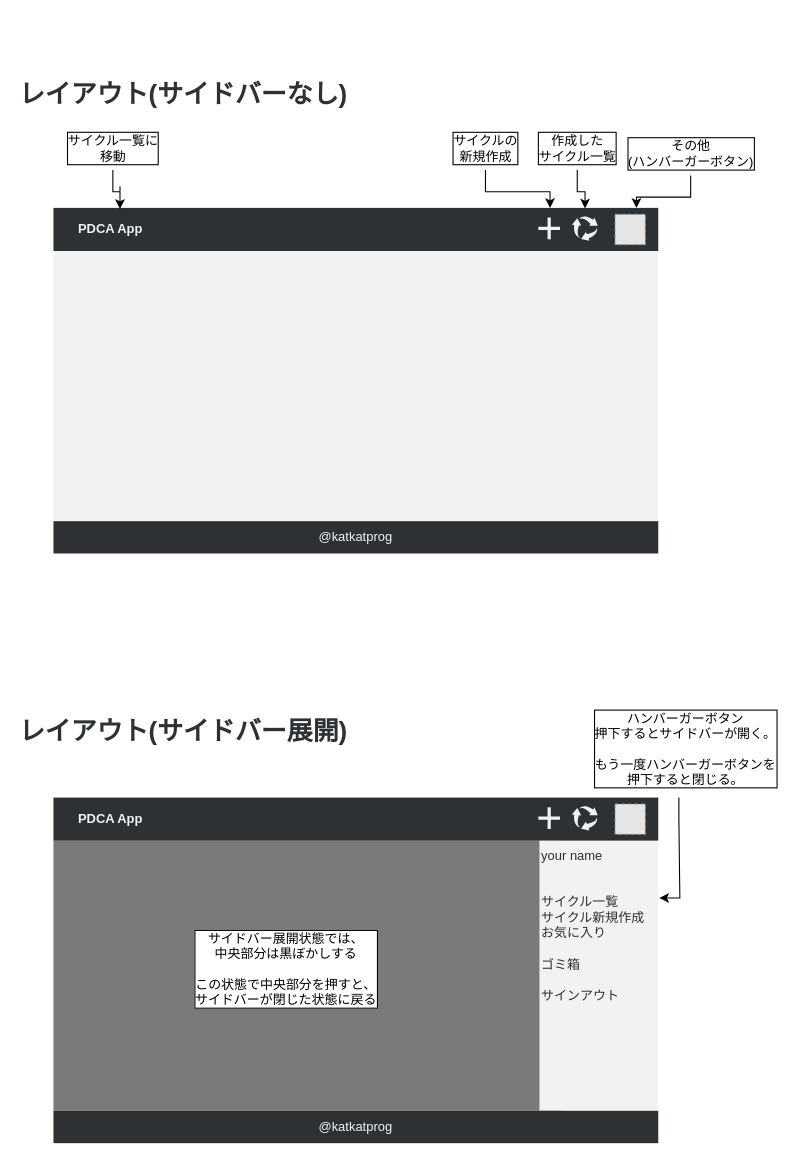
Earlier version of the draw.io diagram page "画面設計図(レイアウト ヘッダーあり)" (4 of 5) of ER.drawio (katkatprog/drowio). Source tidied: cells renumbered, new cells numbered last; positions are measured from the earlier drawing's top-left corner, leaving out a move shared by most shapes. Both pictures are drawn from the tidied source at 108%, with x=0, y=0 at pixel (53, 72). Pictures stored in the file or linked from it are replaced by grey dashed boxes.
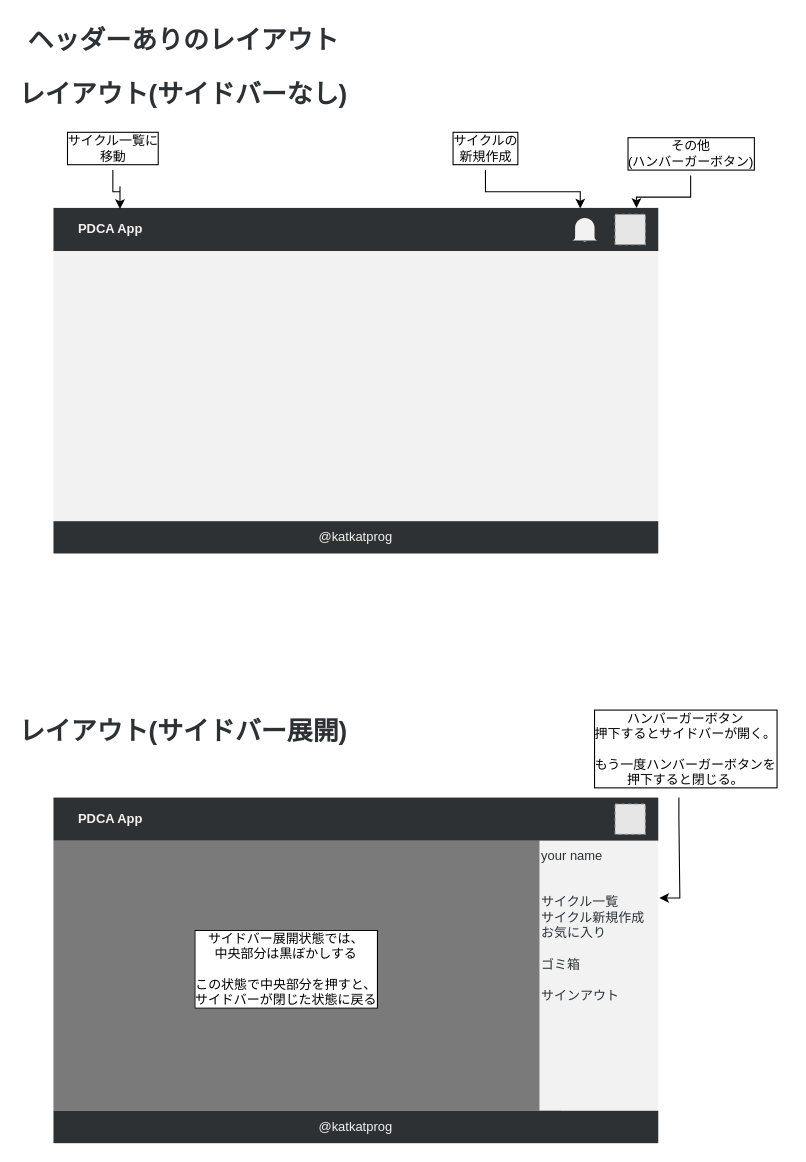
The same page after the edit.

Commit message:
ER.drawio を更新します

The change refers to these unchanged cells:
```xml
<mxCell id="3" style="shape=tableRow;horizontal=0;startSize=0;swimlaneHead=0;swimlaneBody=0;top=0;left=0;bottom=0;right=0;fillColor=none;points=[[0,0.5],[1,0.5]];portConstraint=eastwest;" parent="2" vertex="1">
  <mxGeometry width="560" height="40" as="geometry" />
</mxCell>
<mxCell id="15" value="サイクルの&lt;br&gt;新規作成" style="text;html=1;align=center;verticalAlign=middle;points=[];fillColor=none;strokeColor=none;rounded=0;labelBackgroundColor=default;labelBorderColor=default;fillStyle=auto;fontColor=#000000;" parent="1" vertex="1">
  <mxGeometry x="360" y="50" width="80" height="40" as="geometry" />
</mxCell>
```

What changed in the source:
```diff
@@
-    <mxCell id="13" style="shape=cross;whiteSpace=wrap;html=1;labelBackgroundColor=default;labelBorderColor=default;fillStyle=auto;fontColor=#F2F2F2;fillColor=#F2F2F2;strokeColor=none;size=0.15;" parent="1" vertex="1">
-      <mxGeometry x="449" y="134" width="20" height="20" as="geometry" />
-    </mxCell>
-    <mxCell id="14" style="edgeStyle=orthogonalEdgeStyle;rounded=0;jettySize=auto;html=1;entryX=0.821;entryY=0;entryDx=0;entryDy=0;entryPerimeter=0;fontColor=#000000;" parent="1" edge="1" source="15" target="3">
+    <mxCell id="14" style="edgeStyle=orthogonalEdgeStyle;rounded=0;jettySize=auto;html=1;fontColor=#000000;entryX=0.871;entryY=0.013;entryDx=0;entryDy=0;entryPerimeter=0;" parent="1" edge="1" source="15" target="3">
       <mxGeometry relative="1" as="geometry" />
     </mxCell>
@@
-    <mxCell id="21" style="sketch=0;html=1;strokeColor=none;shadow=0;align=center;verticalAlign=top;fillColor=#F2F2F2;shape=mxgraph.gcp2.arrow_cycle;labelBackgroundColor=none;labelBorderColor=none;fillStyle=auto;fontColor=#2D3133;" parent="1" vertex="1">
-      <mxGeometry x="480" y="132.6" width="24" height="22.8" as="geometry" />
-    </mxCell>
-    <mxCell id="22" style="edgeStyle=orthogonalEdgeStyle;rounded=0;jettySize=auto;html=1;entryX=0.879;entryY=0.013;entryDx=0;entryDy=0;entryPerimeter=0;fontColor=#2D3133;" parent="1" edge="1" source="23" target="3">
-      <mxGeometry relative="1" as="geometry" />
-    </mxCell>
-    <mxCell id="23" value="作成した&lt;br&gt;サイクル一覧" style="text;html=1;align=center;verticalAlign=middle;points=[];fillColor=none;strokeColor=none;rounded=0;labelBackgroundColor=default;labelBorderColor=default;fillStyle=auto;fontColor=#000000;" parent="1" vertex="1">
-      <mxGeometry x="440" y="50" width="90" height="40" as="geometry" />
-    </mxCell>
@@
-    <mxCell id="32" style="shape=cross;whiteSpace=wrap;html=1;labelBackgroundColor=default;labelBorderColor=default;fillStyle=auto;fontColor=#F2F2F2;fillColor=#F2F2F2;strokeColor=none;size=0.15;" parent="1" vertex="1">
-      <mxGeometry x="449" y="680" width="20" height="20" as="geometry" />
-    </mxCell>
@@
-    <mxCell id="35" style="sketch=0;html=1;strokeColor=none;shadow=0;align=center;verticalAlign=top;fillColor=#F2F2F2;shape=mxgraph.gcp2.arrow_cycle;labelBackgroundColor=none;labelBorderColor=none;fillStyle=auto;fontColor=#2D3133;" parent="1" vertex="1">
-      <mxGeometry x="480" y="678.6" width="24" height="22.8" as="geometry" />
-    </mxCell>
@@
+    <mxCell id="44" style="html=1;verticalLabelPosition=bottom;align=center;labelBackgroundColor=#ffffff;verticalAlign=top;strokeWidth=2;strokeColor=none;shadow=0;dashed=0;shape=mxgraph.ios7.icons.bell;labelBorderColor=none;fillStyle=auto;fontColor=#2D3133;fillColor=#F2F2F2;" parent="1" vertex="1">
+      <mxGeometry x="480" y="133.4" width="24" height="23.1" as="geometry" />
+    </mxCell>
+    <mxCell id="45" value="ヘッダーありのレイアウト" style="text;strokeColor=none;fillColor=none;html=1;fontSize=24;fontStyle=1;verticalAlign=middle;align=center;labelBackgroundColor=none;labelBorderColor=none;fillStyle=auto;fontColor=#2D3133;" parent="1" vertex="1">
+      <mxGeometry x="70" y="-50" width="100" height="40" as="geometry" />
+    </mxCell>
```
